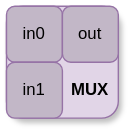
The draw.io diagram PathwaysInsideProcessor/PathwaysInsideProcessor/Assets/MUX.svg in karthik122004/Pathways, before a commit. Source tidied: cells renumbered, new cells last; positions are measured from the earlier drawing's top-left corner, leaving out a move shared by most shapes. Source of this version:
```xml
<mxGraphModel>
  <root>
    <mxCell id="0" />
    <mxCell id="1" parent="0" />
    <mxCell id="2" style="whiteSpace=wrap;html=1;rounded=1;shadow=1;fillColor=#e1d5e7;strokeColor=#9673a6;" parent="1" vertex="1">
      <mxGeometry width="80" height="80" as="geometry" />
    </mxCell>
    <mxCell id="3" value="in0" style="rounded=1;whiteSpace=wrap;html=1;glass=0;fillColor=#C2B7C7;strokeColor=#9673a6;" parent="1" vertex="1">
      <mxGeometry width="40" height="40" as="geometry" />
    </mxCell>
    <mxCell id="4" value="out" style="rounded=1;whiteSpace=wrap;html=1;fillColor=#C2B7C7;strokeColor=#9673a6;" parent="1" vertex="1">
      <mxGeometry x="40" width="40" height="40" as="geometry" />
    </mxCell>
    <mxCell id="5" value="&lt;b&gt;MUX&lt;/b&gt;" style="rounded=1;whiteSpace=wrap;html=1;glass=0;strokeColor=none;fillColor=none;" parent="1" vertex="1">
      <mxGeometry x="40" y="40" width="40" height="40" as="geometry" />
    </mxCell>
    <mxCell id="6" value="in1" style="rounded=1;whiteSpace=wrap;html=1;fillColor=#C2B7C7;strokeColor=#9673a6;" parent="1" vertex="1">
      <mxGeometry y="40" width="40" height="40" as="geometry" />
    </mxCell>
  </root>
</mxGraphModel>
```
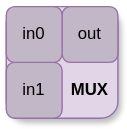
The same file after the commit.

Change to the diagram source:
```diff
@@ -2,20 +2,26 @@
   <root>
     <mxCell id="0" />
     <mxCell id="1" parent="0" />
-    <mxCell id="2" style="whiteSpace=wrap;html=1;rounded=1;shadow=1;fillColor=#e1d5e7;strokeColor=#9673a6;" parent="1" vertex="1">
-      <mxGeometry width="80" height="80" as="geometry" />
-    </mxCell>
+    <mxCell id="7" style="group;" parent="1" vertex="1">
+      <mxGeometry x="-1630" y="570" width="80" height="80" as="geometry" />
+    </mxCell>
+    <mxCell id="8" style="whiteSpace=wrap;html=1;rounded=1;shadow=1;fillColor=#e1d5e7;strokeColor=#9673a6;" parent="7" vertex="1">
+      <mxGeometry width="80" height="80" as="geometry" />
+    </mxCell>
+    <mxCell id="6" value="in1" style="rounded=1;whiteSpace=wrap;html=1;fillColor=#C2B7C7;strokeColor=#9673a6;" parent="7" vertex="1">
+      <mxGeometry y="40" width="40" height="40" as="geometry" />
+    </mxCell>
+    <mxCell id="4" value="out" style="rounded=1;whiteSpace=wrap;html=1;fillColor=#C2B7C7;strokeColor=#9673a6;" parent="7" vertex="1">
+      <mxGeometry x="40" width="40" height="40" as="geometry" />
+    </mxCell>
+    <mxCell id="9" style="group;" parent="7" vertex="1">
+      <mxGeometry width="80" height="80" as="geometry" />
+    </mxCell>
-    <mxCell id="3" value="in0" style="rounded=1;whiteSpace=wrap;html=1;glass=0;fillColor=#C2B7C7;strokeColor=#9673a6;" parent="1" vertex="1">
+    <mxCell id="3" value="in0" style="rounded=1;whiteSpace=wrap;html=1;glass=0;fillColor=#C2B7C7;strokeColor=#9673a6;" parent="9" vertex="1">
       <mxGeometry width="40" height="40" as="geometry" />
     </mxCell>
-    <mxCell id="4" value="out" style="rounded=1;whiteSpace=wrap;html=1;fillColor=#C2B7C7;strokeColor=#9673a6;" parent="1" vertex="1">
-      <mxGeometry x="40" width="40" height="40" as="geometry" />
-    </mxCell>
-    <mxCell id="5" value="&lt;b&gt;MUX&lt;/b&gt;" style="rounded=1;whiteSpace=wrap;html=1;glass=0;strokeColor=none;fillColor=none;" parent="1" vertex="1">
+    <mxCell id="5" value="&lt;b&gt;MUX&lt;/b&gt;" style="rounded=1;whiteSpace=wrap;html=1;glass=0;strokeColor=none;fillColor=none;" parent="9" vertex="1">
       <mxGeometry x="40" y="40" width="40" height="40" as="geometry" />
     </mxCell>
-    <mxCell id="6" value="in1" style="rounded=1;whiteSpace=wrap;html=1;fillColor=#C2B7C7;strokeColor=#9673a6;" parent="1" vertex="1">
-      <mxGeometry y="40" width="40" height="40" as="geometry" />
-    </mxCell>
   </root>
 </mxGraphModel>
```
